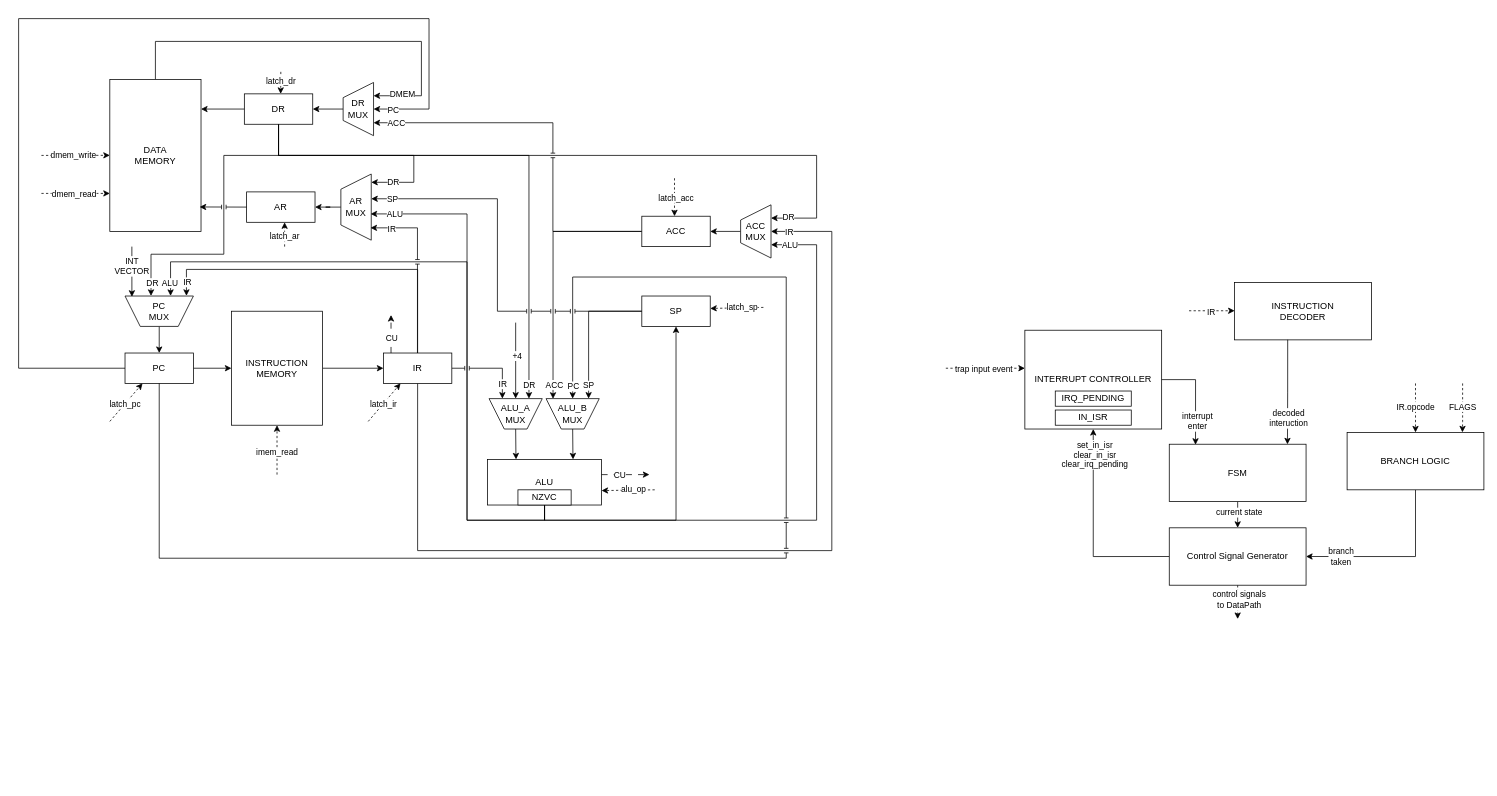
Before: page "Страница-5" (4 of 5) of DP.drawio in Tim4ik77/csa-lab4, a draw.io diagram. Source tidied: cells renumbered, new cells numbered last; positions are measured from the earlier drawing's top-left corner, leaving out a move shared by most shapes. Both pictures are drawn from the tidied source at 76%, with x=0, y=0 at pixel (18, 18).
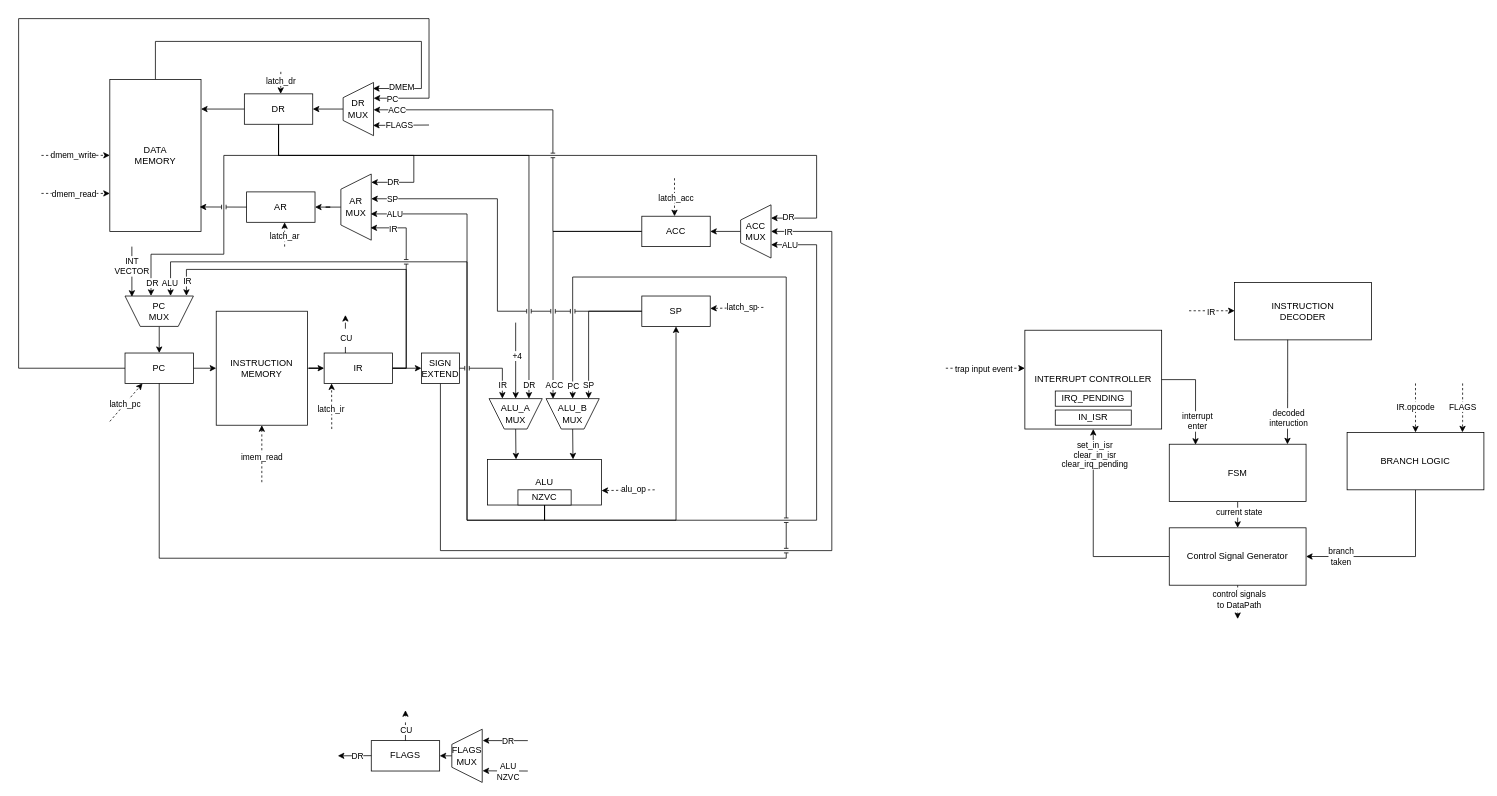
The same diagram, later.

The change refers to these unchanged cells:
```xml
<mxCell id="4" value="DATA&lt;div&gt;MEMORY&lt;/div&gt;" style="rounded=0;whiteSpace=wrap;html=1;" parent="1" vertex="1">
  <mxGeometry x="120" y="80" width="120" height="200" as="geometry" />
</mxCell>
<mxCell id="13" value="DR&lt;div&gt;&lt;div&gt;MUX&lt;/div&gt;&lt;/div&gt;" style="shape=trapezoid;perimeter=trapezoidPerimeter;whiteSpace=wrap;html=1;fixedSize=1;direction=north;" parent="1" vertex="1">
  <mxGeometry x="427" y="84" width="40" height="70" as="geometry" />
</mxCell>
<mxCell id="28" value="ACC" style="rounded=0;whiteSpace=wrap;html=1;" parent="1" vertex="1">
  <mxGeometry x="820" y="260" width="90" height="40" as="geometry" />
</mxCell>
<mxCell id="30" value="ALU_A&lt;div&gt;MUX&lt;/div&gt;" style="shape=trapezoid;perimeter=trapezoidPerimeter;whiteSpace=wrap;html=1;fixedSize=1;direction=west;" parent="1" vertex="1">
  <mxGeometry x="619" y="500" width="70" height="40" as="geometry" />
</mxCell>
<mxCell id="38" value="PC" style="rounded=0;whiteSpace=wrap;html=1;" parent="1" vertex="1">
  <mxGeometry x="140" y="440" width="90" height="40" as="geometry" />
</mxCell>
<mxCell id="41" value="PC&lt;div&gt;&lt;div&gt;MUX&lt;/div&gt;&lt;/div&gt;" style="shape=trapezoid;perimeter=trapezoidPerimeter;whiteSpace=wrap;html=1;fixedSize=1;direction=west;" parent="1" vertex="1">
  <mxGeometry x="140" y="365" width="90" height="40" as="geometry" />
</mxCell>
<mxCell id="61" value="ACC&lt;br&gt;&lt;div&gt;&lt;div&gt;MUX&lt;/div&gt;&lt;/div&gt;" style="shape=trapezoid;perimeter=trapezoidPerimeter;whiteSpace=wrap;html=1;fixedSize=1;direction=north;" parent="1" vertex="1">
  <mxGeometry x="950" y="245" width="40" height="70" as="geometry" />
</mxCell>
```

Change to the diagram source:
```diff
@@
-    <mxCell id="2" style="edgeStyle=orthogonalEdgeStyle;rounded=0;jettySize=auto;html=1;exitX=0.5;exitY=0;exitDx=0;exitDy=0;entryX=0.75;entryY=1;entryDx=0;entryDy=0;jumpStyle=line;" parent="1" edge="1" source="4" target="13">
+    <mxCell id="2" style="edgeStyle=orthogonalEdgeStyle;rounded=0;jettySize=auto;html=1;exitX=0.5;exitY=0;exitDx=0;exitDy=0;entryX=0.886;entryY=0.983;entryDx=0;entryDy=0;jumpStyle=line;entryPerimeter=0;" parent="1" edge="1" source="4" target="13">
       <mxGeometry relative="1" as="geometry">
         <Array as="points">
           <mxPoint x="180" y="30" />
           <mxPoint x="530" y="30" />
-          <mxPoint x="530" y="102" />
+          <mxPoint x="530" y="92" />
         </Array>
       </mxGeometry>
     </mxCell>
@@
-    <mxCell id="24" style="edgeStyle=orthogonalEdgeStyle;rounded=0;jettySize=auto;html=1;exitX=0;exitY=0.5;exitDx=0;exitDy=0;jumpStyle=line;" parent="1" edge="1" source="28" target="13">
+    <mxCell id="24" style="edgeStyle=orthogonalEdgeStyle;rounded=0;jettySize=auto;html=1;exitX=0;exitY=0.5;exitDx=0;exitDy=0;jumpStyle=line;" parent="1" edge="1" source="28">
       <mxGeometry relative="1" as="geometry">
+        <mxPoint x="467" y="120" as="targetPoint" />
         <Array as="points">
           <mxPoint x="703" y="280" />
-          <mxPoint x="703" y="137" />
+          <mxPoint x="703" y="120" />
+          <mxPoint x="467" y="120" />
         </Array>
       </mxGeometry>
     </mxCell>
@@
     <mxCell id="34" value="INSTRUCTION&lt;div&gt;MEMORY&lt;/div&gt;" style="rounded=0;whiteSpace=wrap;html=1;" parent="1" vertex="1">
-      <mxGeometry x="280" y="385" width="120" height="150" as="geometry" />
+      <mxGeometry x="260" y="385" width="120" height="150" as="geometry" />
     </mxCell>
@@
-    <mxCell id="36" style="edgeStyle=orthogonalEdgeStyle;rounded=0;jettySize=auto;html=1;exitX=0;exitY=0.5;exitDx=0;exitDy=0;entryX=0.5;entryY=1;entryDx=0;entryDy=0;jumpStyle=line;" parent="1" edge="1" source="38" target="13">
+    <mxCell id="36" style="edgeStyle=orthogonalEdgeStyle;rounded=0;jettySize=auto;html=1;exitX=0;exitY=0.5;exitDx=0;exitDy=0;entryX=0.704;entryY=1.003;entryDx=0;entryDy=0;jumpStyle=line;entryPerimeter=0;" parent="1" edge="1" source="38" target="13">
       <mxGeometry relative="1" as="geometry">
         <Array as="points">
           <mxPoint y="460" />
           <mxPoint />
           <mxPoint x="540" />
-          <mxPoint x="540" y="119" />
+          <mxPoint x="540" y="105" />
+          <mxPoint x="467" y="105" />
         </Array>
       </mxGeometry>
     </mxCell>
@@
-    <mxCell id="42" style="edgeStyle=orthogonalEdgeStyle;rounded=0;jettySize=auto;html=1;exitX=1;exitY=0.5;exitDx=0;exitDy=0;entryX=0.75;entryY=1;entryDx=0;entryDy=0;jumpStyle=line;" parent="1" edge="1" source="48" target="30">
+    <mxCell id="42" style="edgeStyle=orthogonalEdgeStyle;rounded=0;jettySize=auto;html=1;exitX=1;exitY=0.5;exitDx=0;exitDy=0;entryX=0.75;entryY=1;entryDx=0;entryDy=0;jumpStyle=line;" parent="1" edge="1" source="132" target="30">
       <mxGeometry relative="1" as="geometry" />
     </mxCell>
@@
-    <mxCell id="44" style="edgeStyle=orthogonalEdgeStyle;rounded=0;jettySize=auto;html=1;exitX=0.5;exitY=0;exitDx=0;exitDy=0;entryX=0.102;entryY=1.007;entryDx=0;entryDy=0;entryPerimeter=0;jumpStyle=line;" parent="1" edge="1" source="48" target="41">
+    <mxCell id="44" style="edgeStyle=orthogonalEdgeStyle;rounded=0;jettySize=auto;html=1;exitX=1;exitY=0.5;exitDx=0;exitDy=0;entryX=0.102;entryY=1.007;entryDx=0;entryDy=0;entryPerimeter=0;jumpStyle=line;" parent="1" edge="1" source="48" target="41">
       <mxGeometry relative="1" as="geometry">
         <Array as="points">
-          <mxPoint x="525" y="330" />
+          <mxPoint x="510" y="460" />
+          <mxPoint x="510" y="330" />
           <mxPoint x="221" y="330" />
         </Array>
       </mxGeometry>
     </mxCell>
@@
-    <mxCell id="46" style="edgeStyle=orthogonalEdgeStyle;rounded=0;jettySize=auto;html=1;exitX=0.5;exitY=1;exitDx=0;exitDy=0;entryX=0.5;entryY=1;entryDx=0;entryDy=0;jumpStyle=line;" parent="1" edge="1" source="48" target="61">
+    <mxCell id="46" style="edgeStyle=orthogonalEdgeStyle;rounded=0;jettySize=auto;html=1;exitX=0.5;exitY=1;exitDx=0;exitDy=0;entryX=0.5;entryY=1;entryDx=0;entryDy=0;jumpStyle=line;" parent="1" edge="1" source="132" target="61">
       <mxGeometry relative="1" as="geometry">
         <Array as="points">
-          <mxPoint x="525" y="700" />
+          <mxPoint x="555" y="700" />
           <mxPoint x="1070" y="700" />
           <mxPoint x="1070" y="280" />
         </Array>
       </mxGeometry>
     </mxCell>
@@
     <mxCell id="48" value="IR" style="rounded=0;whiteSpace=wrap;html=1;" parent="1" vertex="1">
-      <mxGeometry x="480" y="440" width="90" height="40" as="geometry" />
+      <mxGeometry x="402" y="440" width="90" height="40" as="geometry" />
     </mxCell>
@@
-    <mxCell id="53" style="edgeStyle=orthogonalEdgeStyle;rounded=0;orthogonalLoop=1;jettySize=auto;html=1;exitX=0.5;exitY=0;exitDx=0;exitDy=0;entryX=0.186;entryY=0.979;entryDx=0;entryDy=0;entryPerimeter=0;jumpStyle=line;" parent="1" edge="1">
+    <mxCell id="53" style="edgeStyle=orthogonalEdgeStyle;rounded=0;jettySize=auto;html=1;exitX=1;exitY=0.5;exitDx=0;exitDy=0;entryX=0.186;entryY=0.979;entryDx=0;entryDy=0;entryPerimeter=0;jumpStyle=line;" parent="1" edge="1" source="48">
       <mxGeometry relative="1" as="geometry">
-        <mxPoint x="524.8" y="440" as="sourcePoint" />
         <mxPoint x="463" y="275.3" as="targetPoint" />
         <Array as="points">
-          <mxPoint x="525" y="275" />
+          <mxPoint x="510" y="460" />
+          <mxPoint x="510" y="275" />
         </Array>
       </mxGeometry>
     </mxCell>
@@
-    <mxCell id="69" style="endArrow=classic;html=1;rounded=0;dashed=1;entryX=0.25;entryY=1;entryDx=0;entryDy=0;" parent="1" edge="1" target="48">
+    <mxCell id="69" style="endArrow=classic;html=1;rounded=0;dashed=1;entryX=0.109;entryY=1;entryDx=0;entryDy=0;entryPerimeter=0;" parent="1" edge="1" target="48">
       <mxGeometry relative="1" as="geometry">
-        <mxPoint x="460" y="530" as="sourcePoint" />
+        <mxPoint x="412" y="540" as="sourcePoint" />
       </mxGeometry>
     </mxCell>
@@
     <mxCell id="81" style="endArrow=classic;html=1;rounded=0;dashed=1;entryX=0.5;entryY=1;entryDx=0;entryDy=0;" parent="1" edge="1" target="34">
       <mxGeometry relative="1" as="geometry">
-        <mxPoint x="340" y="600" as="sourcePoint" />
+        <mxPoint x="320" y="610" as="sourcePoint" />
       </mxGeometry>
     </mxCell>
@@
     <mxCell id="89" style="endArrow=classic;startArrow=none;html=1;rounded=0;dashed=1;startFill=0;dashPattern=8 8;" parent="1" edge="1">
       <mxGeometry relative="1" as="geometry">
-        <mxPoint x="490" y="440" as="sourcePoint" />
-        <mxPoint x="490" y="390" as="targetPoint" />
+        <mxPoint x="430" y="440" as="sourcePoint" />
+        <mxPoint x="430" y="390" as="targetPoint" />
       </mxGeometry>
     </mxCell>
@@
-    <mxCell id="91" style="endArrow=classic;html=1;rounded=0;dashed=1;dashPattern=8 8;" parent="1" edge="1">
-      <mxGeometry relative="1" as="geometry">
-        <mxPoint x="767" y="600" as="sourcePoint" />
-        <mxPoint x="830" y="600" as="targetPoint" />
-      </mxGeometry>
-    </mxCell>
-    <mxCell id="92" value="CU" style="edgeLabel;html=1;align=center;verticalAlign=middle;" parent="91" vertex="1">
-      <mxGeometry x="-0.27" relative="1" as="geometry" />
-    </mxCell>
@@
+    <mxCell id="120" style="endArrow=classic;html=1;rounded=0;jumpStyle=line;entryX=0.193;entryY=0.983;entryDx=0;entryDy=0;entryPerimeter=0;" parent="1" edge="1" target="13">
+      <mxGeometry relative="1" as="geometry">
+        <mxPoint x="540" y="140" as="sourcePoint" />
+      </mxGeometry>
+    </mxCell>
+    <mxCell id="121" value="FLAGS" style="edgeLabel;html=1;align=center;verticalAlign=middle;" parent="120" vertex="1">
+      <mxGeometry x="-0.14" y="1" relative="1" as="geometry">
+        <mxPoint x="-8" y="-2" as="offset" />
+      </mxGeometry>
+    </mxCell>
+    <mxCell id="122" value="FLAGS" style="rounded=0;whiteSpace=wrap;html=1;" parent="1" vertex="1">
+      <mxGeometry x="464" y="950" width="90" height="40" as="geometry" />
+    </mxCell>
+    <mxCell id="123" style="edgeStyle=orthogonalEdgeStyle;rounded=0;jettySize=auto;html=1;exitX=0.5;exitY=0;exitDx=0;exitDy=0;entryX=1;entryY=0.5;entryDx=0;entryDy=0;" parent="1" edge="1" source="124" target="122">
+      <mxGeometry relative="1" as="geometry" />
+    </mxCell>
+    <mxCell id="124" value="FLAGS&lt;div&gt;MUX&lt;/div&gt;" style="shape=trapezoid;perimeter=trapezoidPerimeter;whiteSpace=wrap;html=1;fixedSize=1;direction=north;" parent="1" vertex="1">
+      <mxGeometry x="570" y="935" width="40" height="70" as="geometry" />
+    </mxCell>
+    <mxCell id="125" style="endArrow=classic;html=1;rounded=0;entryX=0.218;entryY=1.011;entryDx=0;entryDy=0;jumpStyle=line;entryPerimeter=0;" parent="1" edge="1" target="124">
+      <mxGeometry relative="1" as="geometry">
+        <mxPoint x="670" y="990" as="sourcePoint" />
+      </mxGeometry>
+    </mxCell>
+    <mxCell id="126" value="ALU&lt;div&gt;NZVC&lt;/div&gt;" style="edgeLabel;html=1;align=center;verticalAlign=middle;" parent="125" vertex="1">
+      <mxGeometry x="-0.14" y="1" relative="1" as="geometry" />
+    </mxCell>
+    <mxCell id="127" style="endArrow=classic;html=1;rounded=0;entryX=0.786;entryY=1.015;entryDx=0;entryDy=0;jumpStyle=line;entryPerimeter=0;" parent="1" edge="1" target="124">
+      <mxGeometry relative="1" as="geometry">
+        <mxPoint x="670" y="950" as="sourcePoint" />
+      </mxGeometry>
+    </mxCell>
+    <mxCell id="128" value="DR" style="edgeLabel;html=1;align=center;verticalAlign=middle;" parent="127" vertex="1">
+      <mxGeometry x="-0.14" y="1" relative="1" as="geometry" />
+    </mxCell>
+    <mxCell id="129" style="endArrow=classic;html=1;rounded=0;jumpStyle=line;" parent="1" edge="1">
+      <mxGeometry relative="1" as="geometry">
+        <mxPoint x="464" y="969.8" as="sourcePoint" />
+        <mxPoint x="420" y="970" as="targetPoint" />
+      </mxGeometry>
+    </mxCell>
+    <mxCell id="130" value="DR" style="edgeLabel;html=1;align=center;verticalAlign=middle;" parent="129" vertex="1">
+      <mxGeometry x="-0.14" y="1" relative="1" as="geometry" />
+    </mxCell>
+    <mxCell id="131" style="endArrow=classic;html=1;rounded=0;dashed=1;dashPattern=8 8;exitX=0.5;exitY=0;exitDx=0;exitDy=0;" parent="1" edge="1" source="122">
+      <mxGeometry relative="1" as="geometry">
+        <mxPoint x="509" y="910" as="targetPoint" />
+      </mxGeometry>
+    </mxCell>
+    <mxCell id="92" value="CU" style="edgeLabel;html=1;align=center;verticalAlign=middle;" parent="131" vertex="1">
+      <mxGeometry x="-0.27" relative="1" as="geometry" />
+    </mxCell>
+    <mxCell id="132" value="SIGN&lt;div&gt;EXTEND&lt;/div&gt;" style="rounded=0;whiteSpace=wrap;html=1;" parent="1" vertex="1">
+      <mxGeometry x="530" y="440" width="50" height="40" as="geometry" />
+    </mxCell>
+    <mxCell id="133" style="edgeStyle=orthogonalEdgeStyle;rounded=0;jettySize=auto;html=1;exitX=1;exitY=0.5;exitDx=0;exitDy=0;entryX=0;entryY=0.5;entryDx=0;entryDy=0;" parent="1" edge="1" source="48" target="132">
+      <mxGeometry relative="1" as="geometry" />
+    </mxCell>
```
